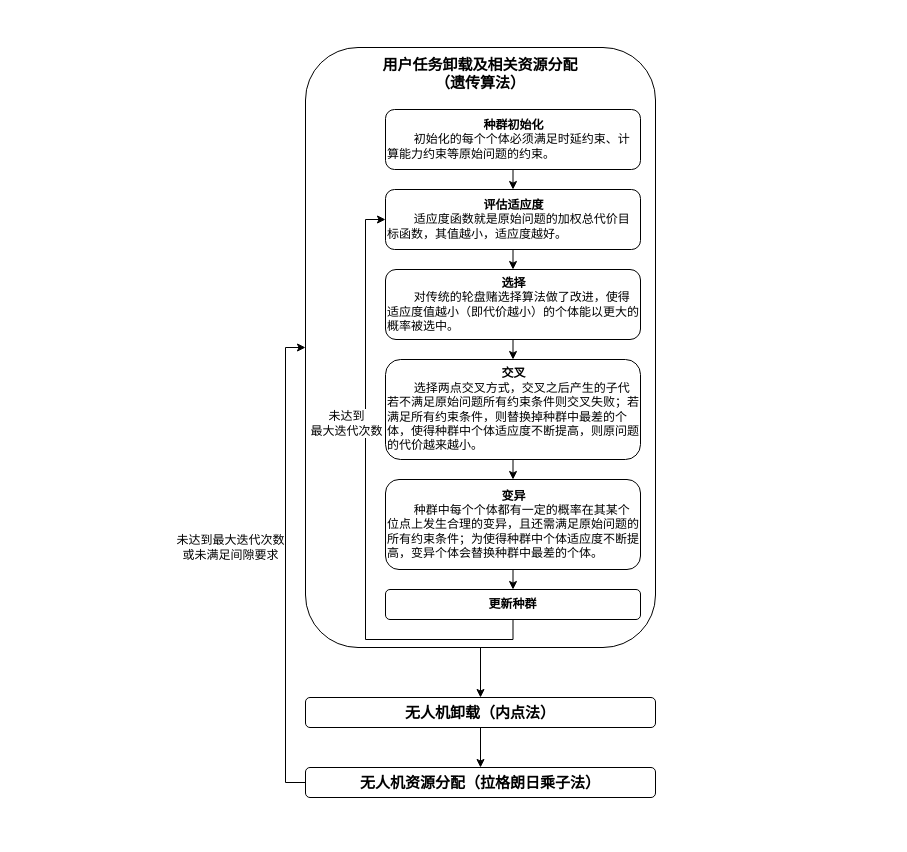
This is 第一部分研究流程图.drawio from CsuFatfish/myDrawIo, a draw.io file, before an edit. Source tidied: cells renumbered, new cells numbered last; positions are measured from the earlier drawing's top-left corner, leaving out a move shared by most shapes. Both pictures are drawn from the tidied source at 100%, with x=0, y=0 at pixel (165, 47).
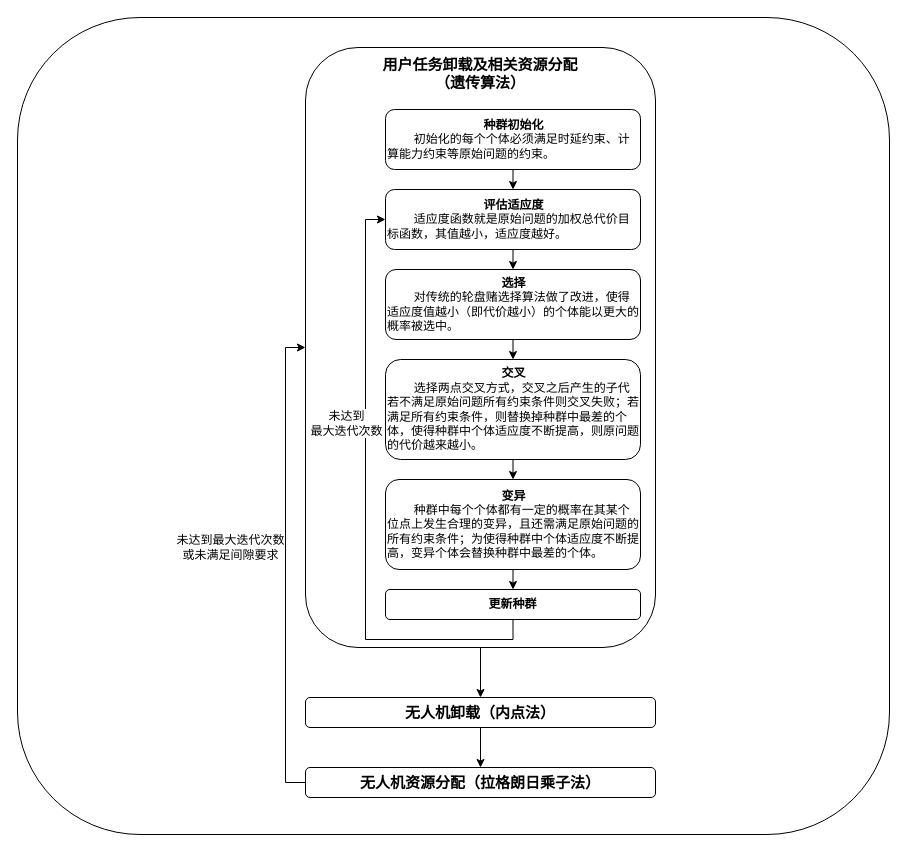
The same diagram, later.

Commit message:
更新第一部分研究流程图.drawio

Change to the diagram source:
```diff
@@
+    <mxCell id="23" style="rounded=1;whiteSpace=wrap;html=1;fillColor=default;" parent="1" vertex="1">
+      <mxGeometry x="-148" y="-30" width="872" height="817" as="geometry" />
+    </mxCell>
```
